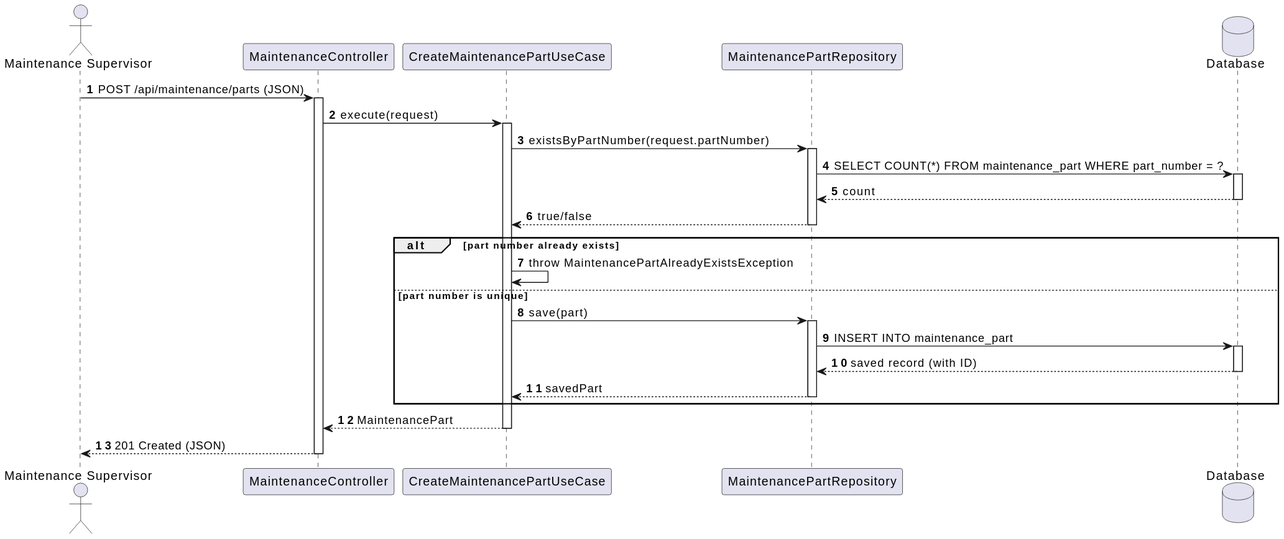
This is docs/system-documentation/use-cases/WP4A/US226/svg/sd_us226.svg from VascoMagolo/psoft_1231562_1241692_1242036_2db, a PlantUML export, as it was before one commit.
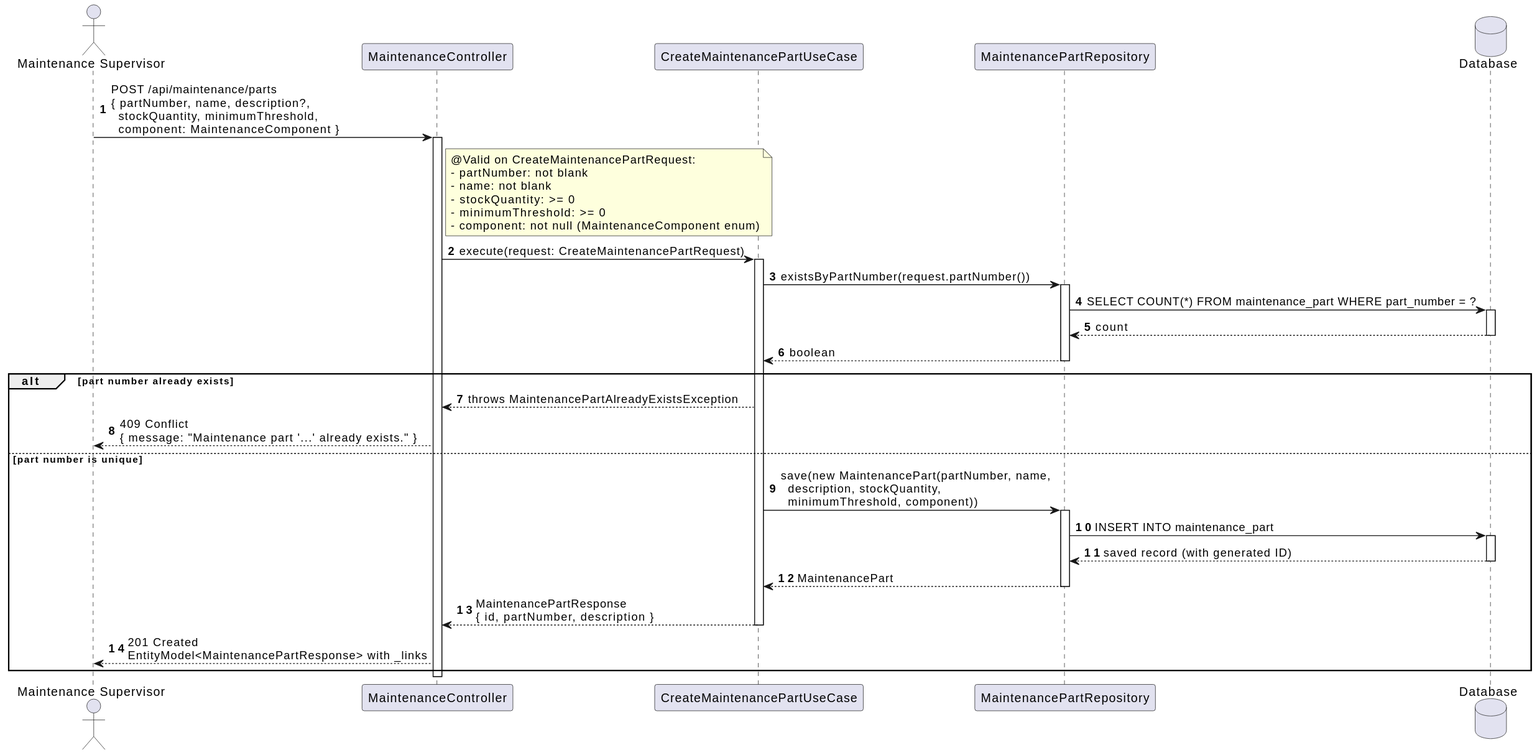
After the commit.

Change to the diagram source:
```diff
@@ -5,32 +5,48 @@
 participant "CreateMaintenancePartUseCase" as UC
 participant "MaintenancePartRepository" as Repo
 database "Database" as DB
-MS -> Ctrl : POST /api/maintenance/parts (JSON)
+
+MS -> Ctrl : POST /api/maintenance/parts\n{ partNumber, name, description?,\n  stockQuantity, minimumThreshold,\n  component: MaintenanceComponent }
 activate Ctrl
-Ctrl -> UC : execute(request)
+
+note right of Ctrl
+  @Valid on CreateMaintenancePartRequest:
+  - partNumber: not blank
+  - name: not blank
+  - stockQuantity: >= 0
+  - minimumThreshold: >= 0
+  - component: not null (MaintenanceComponent enum)
+end note
+
+Ctrl -> UC : execute(request: CreateMaintenancePartRequest)
 activate UC
-UC -> Repo : existsByPartNumber(request.partNumber)
+
+UC -> Repo : existsByPartNumber(request.partNumber())
 activate Repo
 Repo -> DB : SELECT COUNT(*) FROM maintenance_part WHERE part_number = ?
 activate DB
 DB --> Repo : count
 deactivate DB
-Repo --> UC : true/false
+Repo --> UC : boolean
 deactivate Repo
+
 alt part number already exists
-    UC -> UC : throw MaintenancePartAlreadyExistsException
+  UC --> Ctrl : throws MaintenancePartAlreadyExistsException
+  Ctrl --> MS : 409 Conflict\n{ message: "Maintenance part '...' already exists." }
 else part number is unique
-    UC -> Repo : save(part)
-    activate Repo
-    Repo -> DB : INSERT INTO maintenance_part
-    activate DB
-    DB --> Repo : saved record (with ID)
-    deactivate DB
-    Repo --> UC : savedPart
-    deactivate Repo
+  UC -> Repo : save(new MaintenancePart(partNumber, name,\n  description, stockQuantity,\n  minimumThreshold, component))
+  activate Repo
+  Repo -> DB : INSERT INTO maintenance_part
+  activate DB
+  DB --> Repo : saved record (with generated ID)
+  deactivate DB
+  Repo --> UC : MaintenancePart
+  deactivate Repo
+
+  UC --> Ctrl : MaintenancePartResponse\n{ id, partNumber, description }
+  deactivate UC
+  Ctrl --> MS : 201 Created\nEntityModel<MaintenancePartResponse> with _links
 end
-UC --> Ctrl : MaintenancePart
-deactivate UC
-Ctrl --> MS : 201 Created (JSON)
+
 deactivate Ctrl
 @enduml
```
